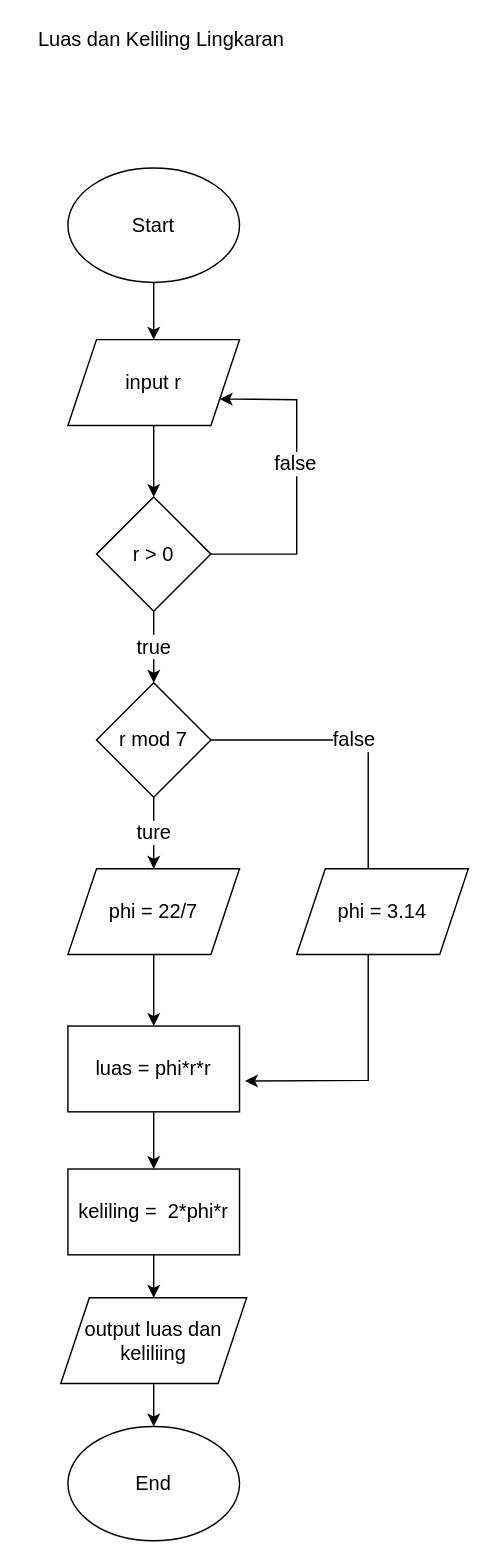
rintosaputro/fw5-algoritma keeps this draw.io diagram as luas keliling lingkaran.drawio. Above is the earlier version. Source tidied: cells renumbered, new cells numbered last; positions are measured from the earlier drawing's top-left corner, leaving out a move shared by most shapes. Both pictures are drawn from the tidied source at 143%, with x=0, y=0 at pixel (24, 24).
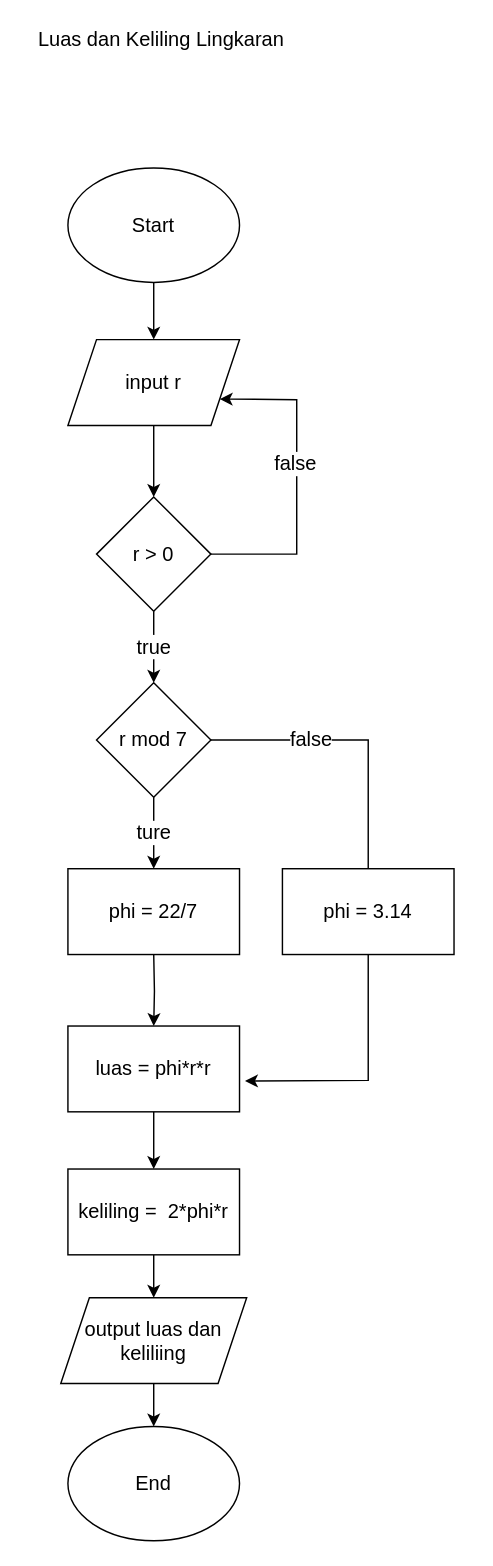
Above is the later version.

Unchanged cells that the change refers to:
```xml
<mxCell id="10" value="r mod 7" style="rhombus;whiteSpace=wrap;html=1;fontSize=14;" parent="1" vertex="1">
  <mxGeometry x="50" y="460" width="80" height="80" as="geometry" />
</mxCell>
<mxCell id="16" value="luas = phi*r*r" style="rounded=0;whiteSpace=wrap;html=1;fontSize=14;" parent="1" vertex="1">
  <mxGeometry x="30" y="700" width="120" height="60" as="geometry" />
</mxCell>
```

The edit, as a diff of the source:
```diff
@@
-    <mxCell id="9" value="ture" style="edgeStyle=orthogonalEdgeStyle;rounded=0;jettySize=auto;html=1;fontSize=14;" parent="1" edge="1" source="10" target="12">
-      <mxGeometry relative="1" as="geometry" />
+    <mxCell id="9" value="ture" style="edgeStyle=orthogonalEdgeStyle;rounded=0;jettySize=auto;html=1;fontSize=14;" parent="1" edge="1" source="10">
+      <mxGeometry relative="1" as="geometry">
+        <mxPoint x="90" y="590" as="targetPoint" />
+      </mxGeometry>
     </mxCell>
@@
-    <mxCell id="11" style="edgeStyle=orthogonalEdgeStyle;rounded=0;jettySize=auto;html=1;fontSize=14;" parent="1" edge="1" source="12" target="16">
-      <mxGeometry relative="1" as="geometry" />
+    <mxCell id="11" style="edgeStyle=orthogonalEdgeStyle;rounded=0;jettySize=auto;html=1;fontSize=14;" parent="1" edge="1" target="16">
+      <mxGeometry relative="1" as="geometry">
+        <mxPoint x="90" y="650" as="sourcePoint" />
+      </mxGeometry>
     </mxCell>
-    <mxCell id="12" value="phi = 22/7" style="shape=parallelogram;perimeter=parallelogramPerimeter;whiteSpace=wrap;html=1;fixedSize=1;fontSize=14;" parent="1" vertex="1">
-      <mxGeometry x="30" y="590" width="120" height="60" as="geometry" />
-    </mxCell>
-    <mxCell id="13" value="phi = 3.14" style="shape=parallelogram;perimeter=parallelogramPerimeter;whiteSpace=wrap;html=1;fixedSize=1;fontSize=14;" parent="1" vertex="1">
-      <mxGeometry x="190" y="590" width="120" height="60" as="geometry" />
-    </mxCell>
     <mxCell id="14" value="false" style="endArrow=none;html=1;rounded=0;fontSize=14;" parent="1" edge="1">
-      <mxGeometry relative="1" as="geometry">
+      <mxGeometry x="-0.3" relative="1" as="geometry">
         <mxPoint x="130" y="500" as="sourcePoint" />
         <mxPoint x="240" y="590" as="targetPoint" />
         <Array as="points">
           <mxPoint x="240" y="500" />
           <mxPoint x="240" y="560" />
         </Array>
       </mxGeometry>
     </mxCell>
@@
+    <mxCell id="12" value="&lt;span style=&quot;font-size: 14px&quot;&gt;phi = 22/7&lt;/span&gt;" style="rounded=0;whiteSpace=wrap;html=1;" parent="1" vertex="1">
+      <mxGeometry x="30" y="590" width="120" height="60" as="geometry" />
+    </mxCell>
+    <mxCell id="13" value="&lt;span style=&quot;font-size: 14px&quot;&gt;phi = 3.14&lt;/span&gt;" style="rounded=0;whiteSpace=wrap;html=1;" parent="1" vertex="1">
+      <mxGeometry x="180" y="590" width="120" height="60" as="geometry" />
+    </mxCell>
```
